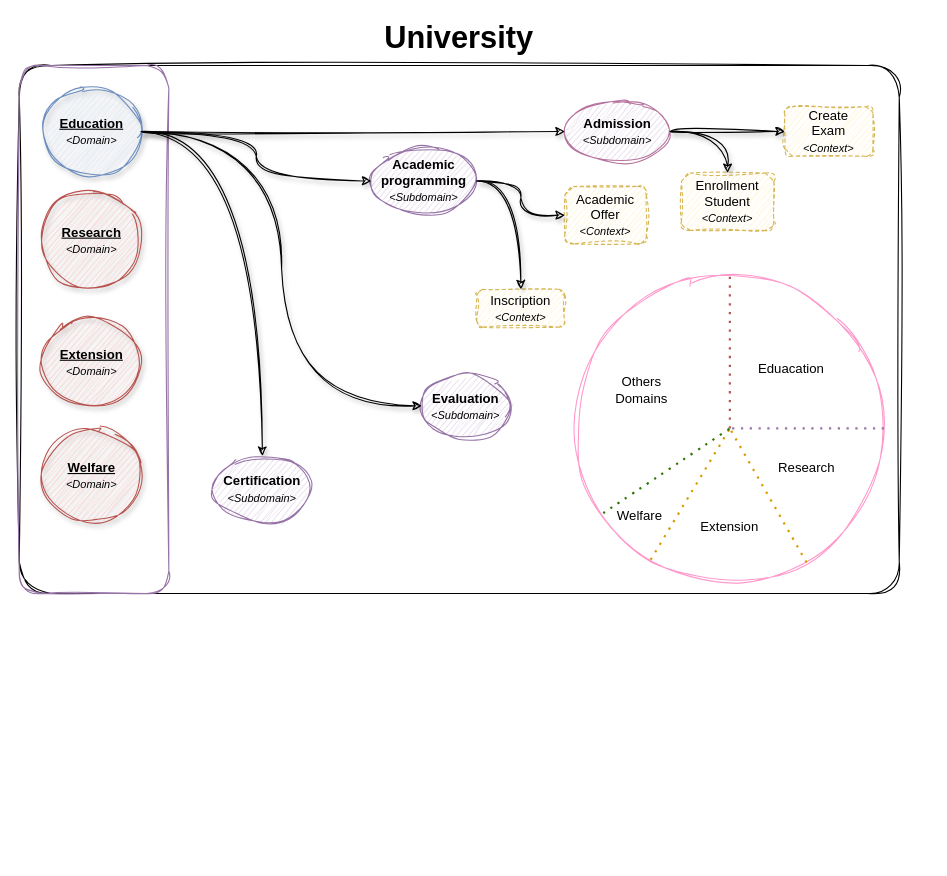
training-practice-sofkau/C1-2023-DDD-Colombia keeps this draw.io diagram as page "Big Picture" (1 of 5) of DDD University - Sofka.drawio. Above is the earlier version. Source tidied: cells renumbered, new cells numbered last; positions are measured from the earlier drawing's top-left corner, leaving out a move shared by most shapes. Both pictures are drawn from the tidied source at 110%, with x=0, y=0 at pixel (19, 21).
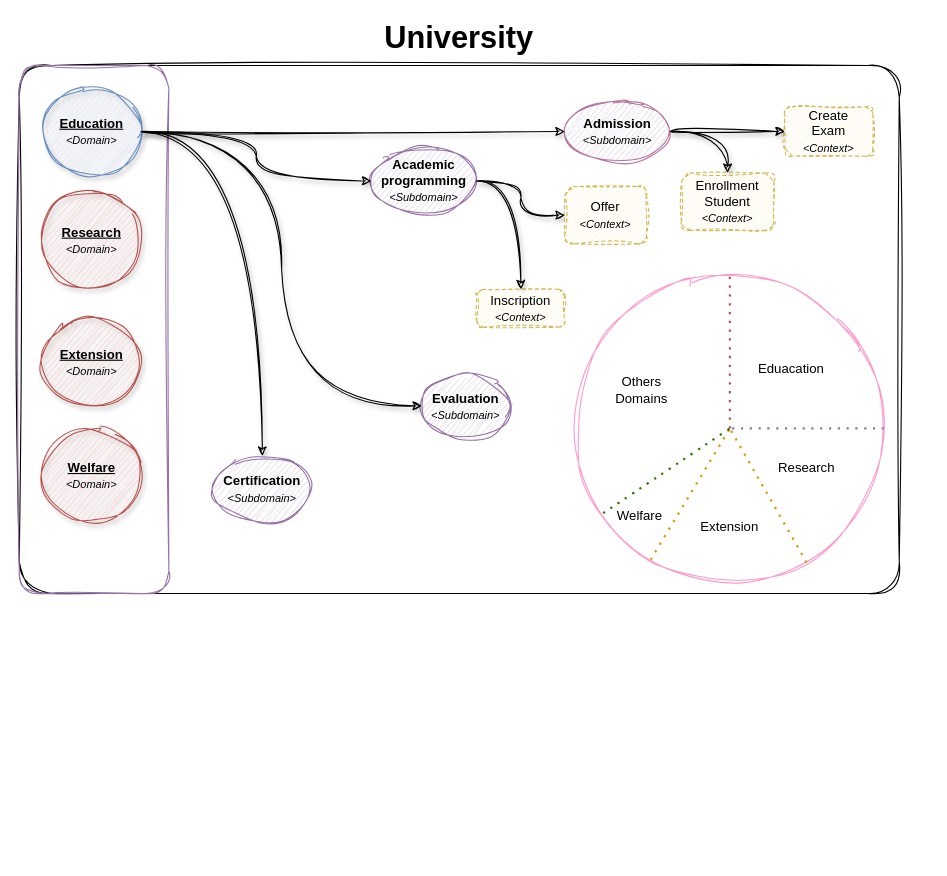
Above is the later version.

Change to the diagram source:
```diff
@@
-    <mxCell id="27" value="Academic Offer&lt;br&gt;&lt;i style=&quot;border-color: var(--border-color); font-size: 10px;&quot;&gt;&amp;lt;Context&amp;gt;&lt;/i&gt;" style="rounded=1;whiteSpace=wrap;html=1;fillColor=#fff2cc;strokeColor=#d6b656;glass=0;shadow=0;sketch=1;curveFitting=1;jiggle=2;dashed=1;" parent="1" vertex="1">
+    <mxCell id="27" value="Offer&lt;br&gt;&lt;i style=&quot;border-color: var(--border-color); font-size: 10px;&quot;&gt;&amp;lt;Context&amp;gt;&lt;/i&gt;" style="rounded=1;whiteSpace=wrap;html=1;fillColor=#fff2cc;strokeColor=#d6b656;glass=0;shadow=0;sketch=1;curveFitting=1;jiggle=2;dashed=1;" parent="1" vertex="1">
       <mxGeometry x="496" y="150" width="74" height="52.2" as="geometry" />
     </mxCell>
```
